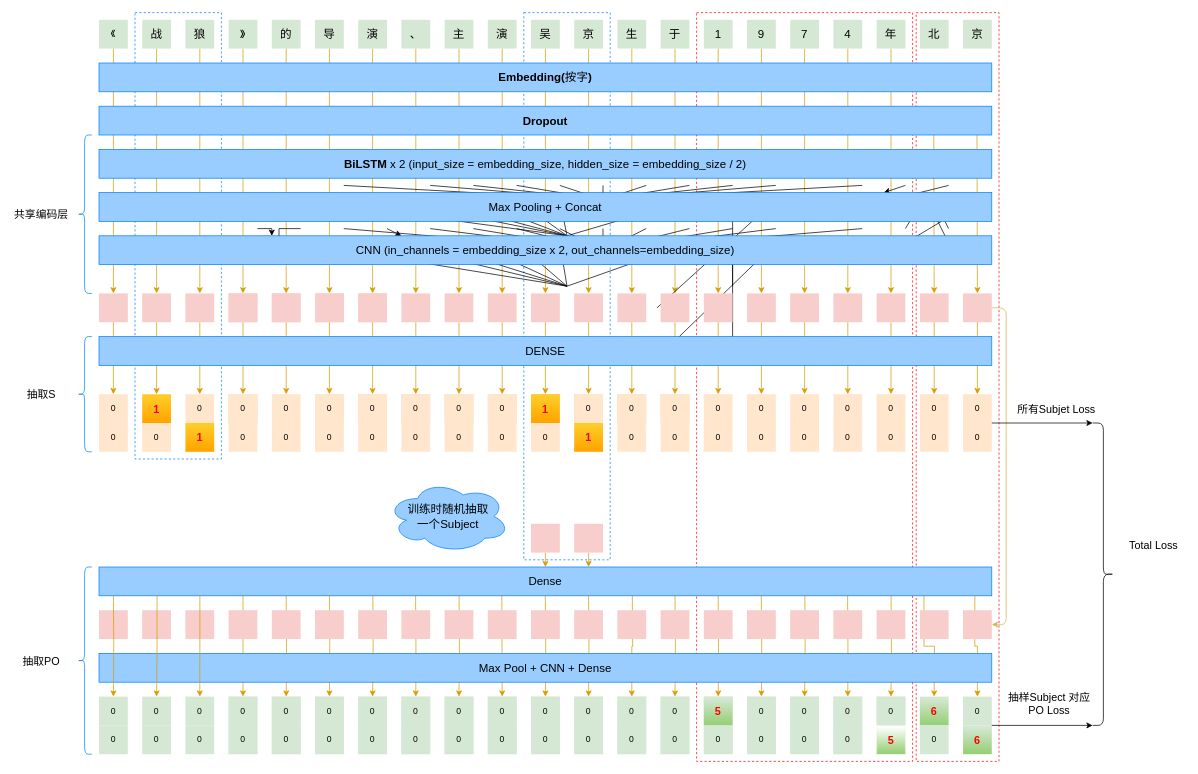
This is 99_resources/11_img/Untitled Diagram.drawio from dataml-cn/playground, a draw.io file, before an edit. Source tidied: cells renumbered, new cells numbered last; positions are measured from the earlier drawing's top-left corner, leaving out a move shared by most shapes. Both pictures are drawn from the tidied source at 72%, with x=0, y=0 at pixel (12, 12).
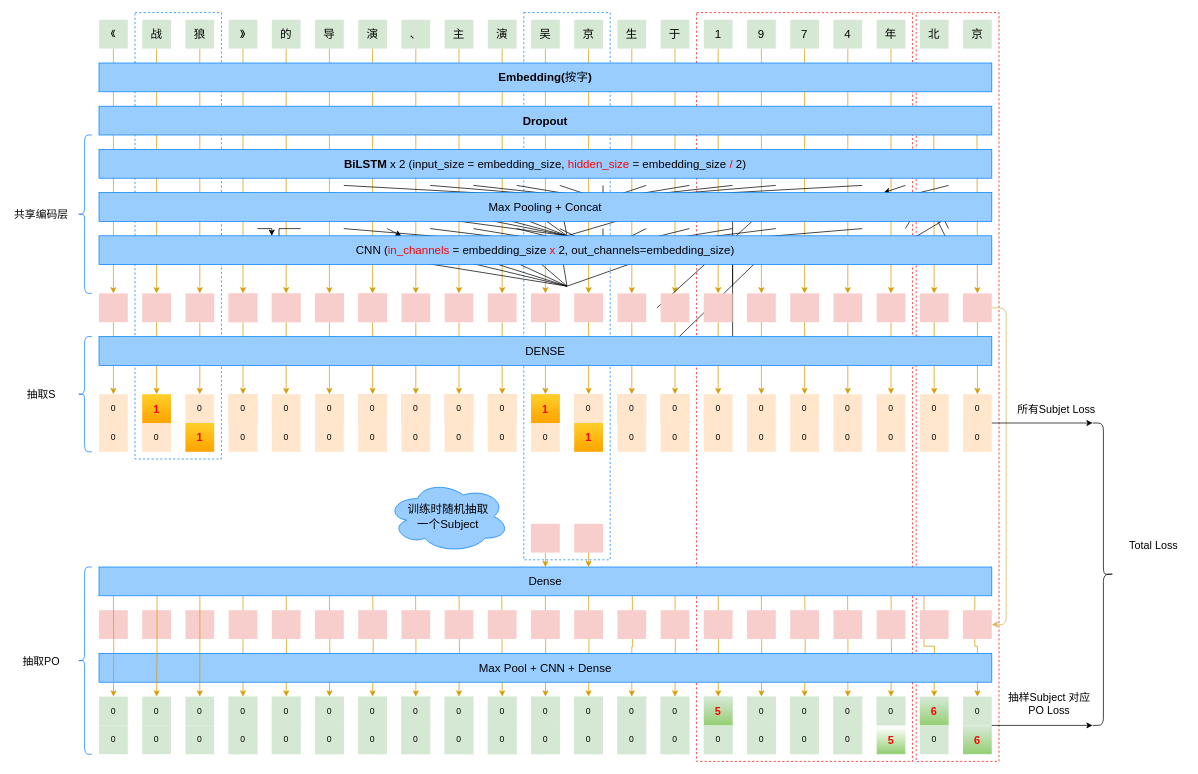
Above is the later version.

Change to the diagram source:
```diff
@@
-    <mxCell id="292" value="&lt;font style=&quot;font-size: 16px&quot;&gt;CNN (in_channels = embedding_size x 2, out_channels=embedding_size)&lt;/font&gt;" style="rounded=0;whiteSpace=wrap;html=1;shadow=0;glass=0;sketch=0;strokeColor=#007FFF;gradientColor=none;fillColor=#99CCFF;" parent="1" vertex="1">
+    <mxCell id="292" value="&lt;font style=&quot;font-size: 16px&quot;&gt;CNN (&lt;font color=&quot;#ff0000&quot;&gt;in_channels&lt;/font&gt; = embedding_size &lt;font color=&quot;#ff0000&quot;&gt;x&lt;/font&gt; 2, out_channels=embedding_size)&lt;/font&gt;" style="rounded=0;whiteSpace=wrap;html=1;shadow=0;glass=0;sketch=0;strokeColor=#007FFF;gradientColor=none;fillColor=#99CCFF;" parent="1" vertex="1">
       <mxGeometry x="120" y="310" width="1240" height="40" as="geometry" />
     </mxCell>
@@
-    <mxCell id="336" value="&lt;span style=&quot;font-size: 16px&quot;&gt;&lt;b&gt;BiLSTM&lt;/b&gt; x 2 (input_size = embedding_size, hidden_size = embedding_size / 2)&lt;/span&gt;" style="rounded=0;whiteSpace=wrap;html=1;shadow=0;glass=0;sketch=0;strokeColor=#007FFF;gradientColor=none;fillColor=#99CCFF;" parent="1" vertex="1">
+    <mxCell id="336" value="&lt;span style=&quot;font-size: 16px&quot;&gt;&lt;b&gt;BiLSTM&lt;/b&gt; x 2 (input_size = embedding_size, &lt;font color=&quot;#ff0000&quot;&gt;hidden_size&lt;/font&gt; = embedding_size &lt;font color=&quot;#ff0000&quot;&gt;/&lt;/font&gt; 2)&lt;/span&gt;" style="rounded=0;whiteSpace=wrap;html=1;shadow=0;glass=0;sketch=0;strokeColor=#007FFF;gradientColor=none;fillColor=#99CCFF;" parent="1" vertex="1">
       <mxGeometry x="120" y="190" width="1240" height="40" as="geometry" />
     </mxCell>
```
